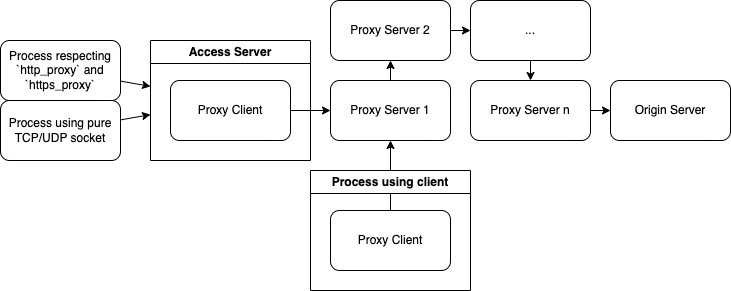
Banyc/proxy keeps this draw.io diagram as img/arch.drawio.png. Above is the earlier version. Source tidied: cells renumbered, new cells last; positions are measured from the earlier drawing's top-left corner, leaving out a move shared by most shapes.
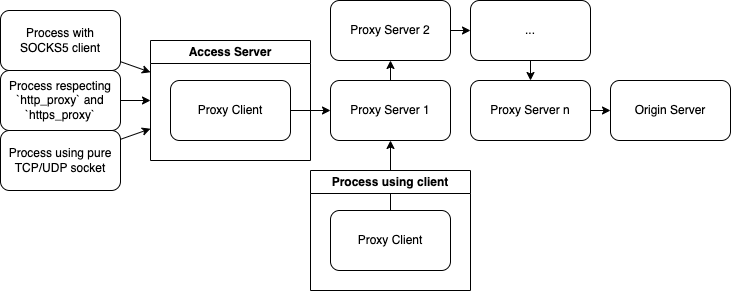
Above is the later version.

Change to the diagram source:
```diff
@@ -42,7 +42,7 @@
       <mxGeometry relative="1" as="geometry" />
     </mxCell>
     <mxCell id="15" value="Process using pure TCP/UDP socket" style="rounded=1;whiteSpace=wrap;html=1;" parent="1" vertex="1">
-      <mxGeometry y="100" width="120" height="60" as="geometry" />
+      <mxGeometry y="130" width="120" height="60" as="geometry" />
     </mxCell>
     <mxCell id="16" style="edgeStyle=none;html=1;" parent="1" edge="1" source="18" target="5">
       <mxGeometry relative="1" as="geometry" />
@@ -57,7 +57,13 @@
       <mxGeometry relative="1" as="geometry" />
     </mxCell>
     <mxCell id="20" value="Process respecting `http_proxy` and `https_proxy`" style="rounded=1;whiteSpace=wrap;html=1;" parent="1" vertex="1">
-      <mxGeometry y="40" width="120" height="60" as="geometry" />
+      <mxGeometry y="70" width="120" height="60" as="geometry" />
     </mxCell>
+    <mxCell id="21" style="edgeStyle=none;html=1;" parent="1" edge="1" source="22" target="2">
+      <mxGeometry relative="1" as="geometry" />
+    </mxCell>
+    <mxCell id="22" value="Process with SOCKS5 client" style="rounded=1;whiteSpace=wrap;html=1;" parent="1" vertex="1">
+      <mxGeometry y="10" width="120" height="60" as="geometry" />
+    </mxCell>
   </root>
 </mxGraphModel>
```
